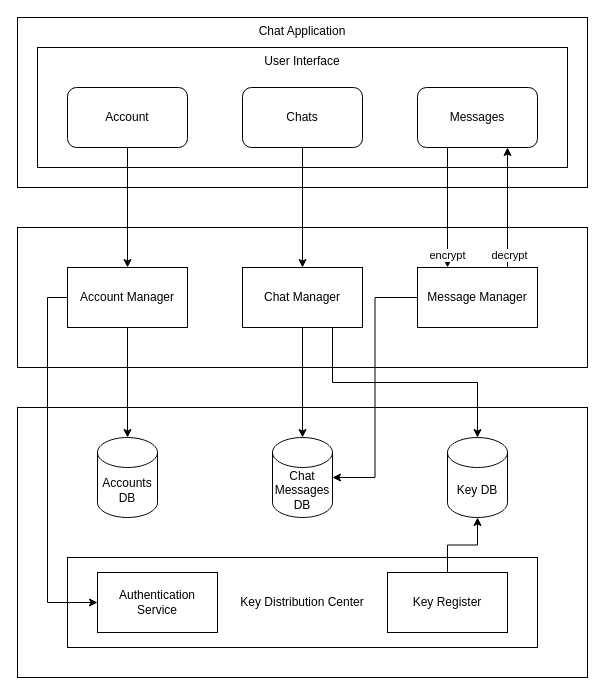
This is D2/architecture_diagram.drawio from SumanyaG/3A04, a draw.io file, before an edit. Source tidied: cells renumbered, new cells numbered last; positions are measured from the earlier drawing's top-left corner, leaving out a move shared by most shapes. Both pictures are drawn from the tidied source at 100%, with x=0, y=0 at pixel (17, 17).
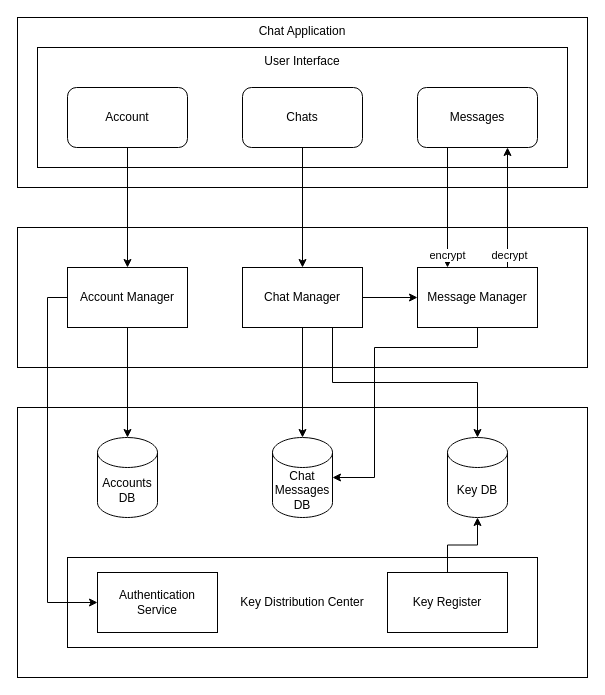
Above is the later version.

Unchanged cells that the change refers to:
```xml
<mxCell id="11" value="Chat Manager" style="rounded=0;whiteSpace=wrap;html=1;" parent="1" vertex="1">
  <mxGeometry x="225" y="250" width="120" height="60" as="geometry" />
</mxCell>
<mxCell id="13" value="Chat Messages DB" style="shape=cylinder3;whiteSpace=wrap;html=1;boundedLbl=1;backgroundOutline=1;size=15;" parent="1" vertex="1">
  <mxGeometry x="255" y="420" width="60" height="80" as="geometry" />
</mxCell>
<mxCell id="21" value="Message Manager" style="rounded=0;whiteSpace=wrap;html=1;" parent="1" vertex="1">
  <mxGeometry x="400" y="250" width="120" height="60" as="geometry" />
</mxCell>
```

What changed in the source:
```diff
@@
+    <mxCell id="30" style="edgeStyle=orthogonalEdgeStyle;rounded=0;jettySize=auto;html=1;" parent="1" edge="1" source="11" target="21">
+      <mxGeometry relative="1" as="geometry" />
+    </mxCell>
@@
     <mxCell id="29" style="edgeStyle=orthogonalEdgeStyle;rounded=0;jettySize=auto;html=1;entryX=1;entryY=0.5;entryDx=0;entryDy=0;entryPerimeter=0;" parent="1" edge="1" source="21" target="13">
-      <mxGeometry relative="1" as="geometry" />
+      <mxGeometry relative="1" as="geometry">
+        <Array as="points">
+          <mxPoint x="460" y="330" />
+          <mxPoint x="357" y="330" />
+          <mxPoint x="357" y="460" />
+        </Array>
+      </mxGeometry>
     </mxCell>
```
